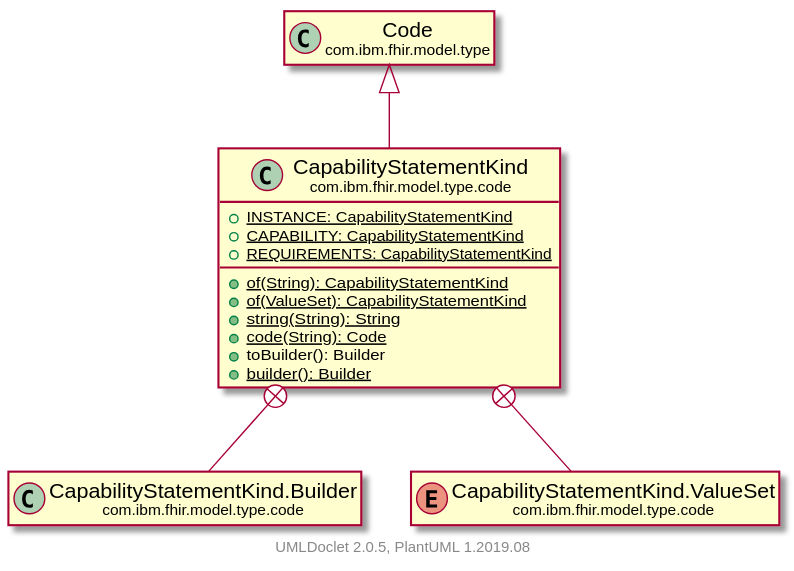
Above: javadocs/latest/com/ibm/fhir/model/type/code/CapabilityStatementKind.svg in tumblewind/FHIR (PlantUML), before the change.
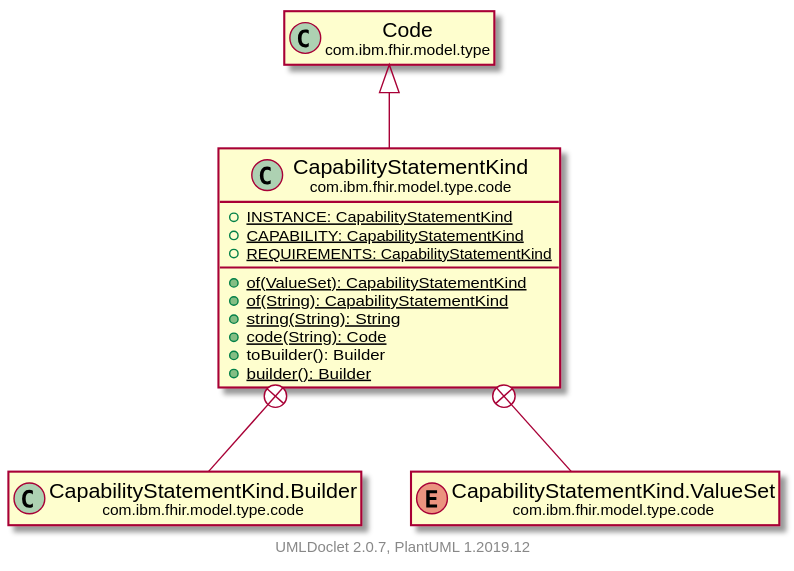
After the commit.

Change to the diagram source:
```diff
@@ -7,8 +7,8 @@
         {static} +INSTANCE: CapabilityStatementKind
         {static} +CAPABILITY: CapabilityStatementKind
         {static} +REQUIREMENTS: CapabilityStatementKind
+        {static} +of(ValueSet): CapabilityStatementKind
         {static} +of(String): CapabilityStatementKind
-        {static} +of(ValueSet): CapabilityStatementKind
         {static} +string(String): String
         {static} +code(String): Code
         +toBuilder(): Builder
@@ -23,5 +23,5 @@
     com.ibm.fhir.model.type.code.CapabilityStatementKind +-- com.ibm.fhir.model.type.code.CapabilityStatementKind.Builder
     com.ibm.fhir.model.type.code.CapabilityStatementKind +-- com.ibm.fhir.model.type.code.CapabilityStatementKind.ValueSet
 
-    center footer UMLDoclet 2.0.5, PlantUML 1.2019.08
+    center footer UMLDoclet 2.0.7, PlantUML 1.2019.12
 @enduml
```
